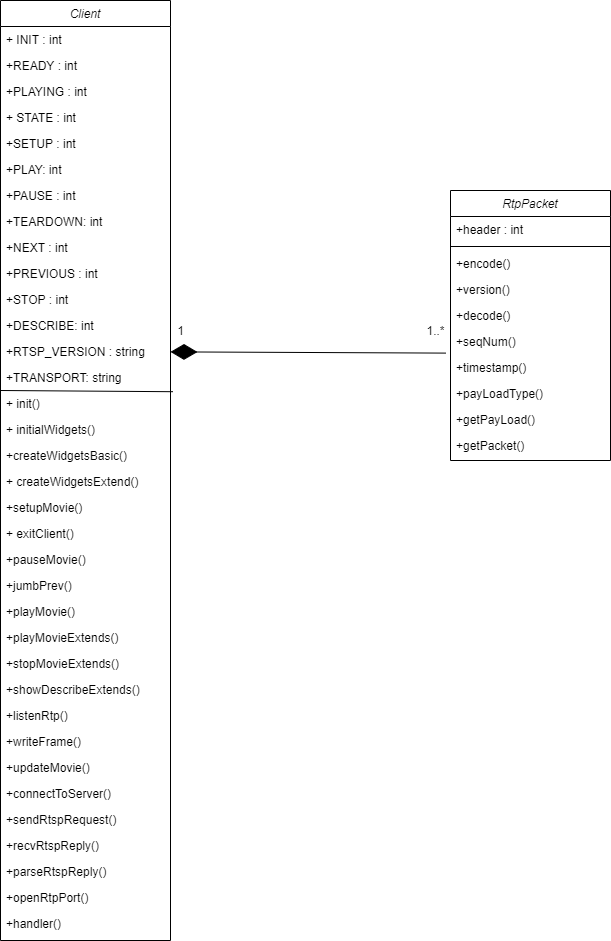
This is classDiagramClient.png from kietteik/StreamingVideoPython, a draw.io export, as it was before one commit. Source tidied: cells renumbered, new cells last; positions are measured from the earlier drawing's top-left corner, leaving out a move shared by most shapes.
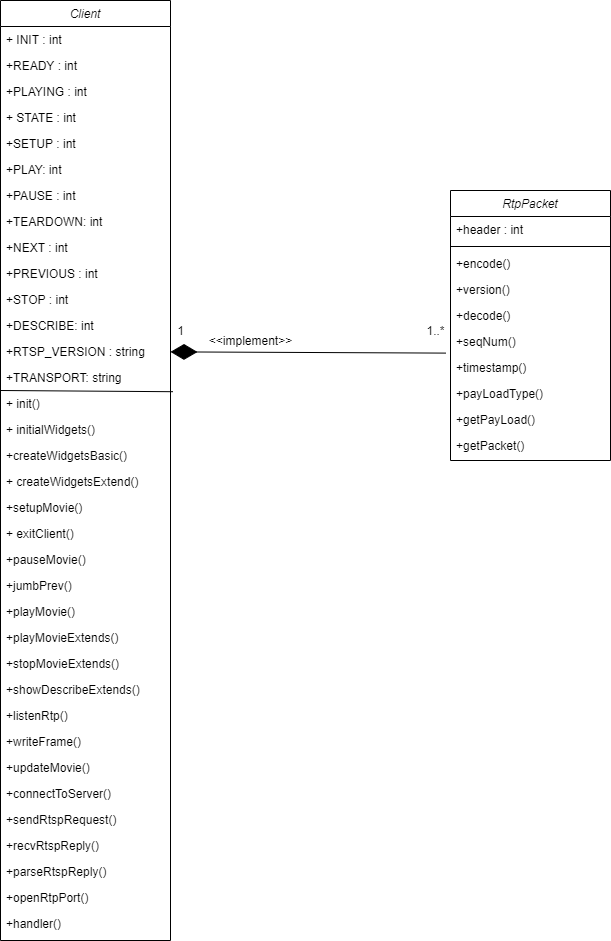
Above is the later version.

Diff of the diagram source:
```diff
@@ -160,5 +160,8 @@
     <mxCell id="53" style="endArrow=diamondThin;endFill=1;endSize=24;html=1;exitX=-0.03;exitY=-0.054;exitDx=0;exitDy=0;exitPerimeter=0;" parent="1" edge="1" source="47" target="15">
       <mxGeometry relative="1" as="geometry" />
     </mxCell>
+    <mxCell id="54" value="&amp;lt;&amp;lt;implement&amp;gt;&amp;gt;" style="text;html=1;align=center;verticalAlign=middle;" parent="1" vertex="1">
+      <mxGeometry x="200" y="330" width="100" height="20" as="geometry" />
+    </mxCell>
   </root>
 </mxGraphModel>
```
